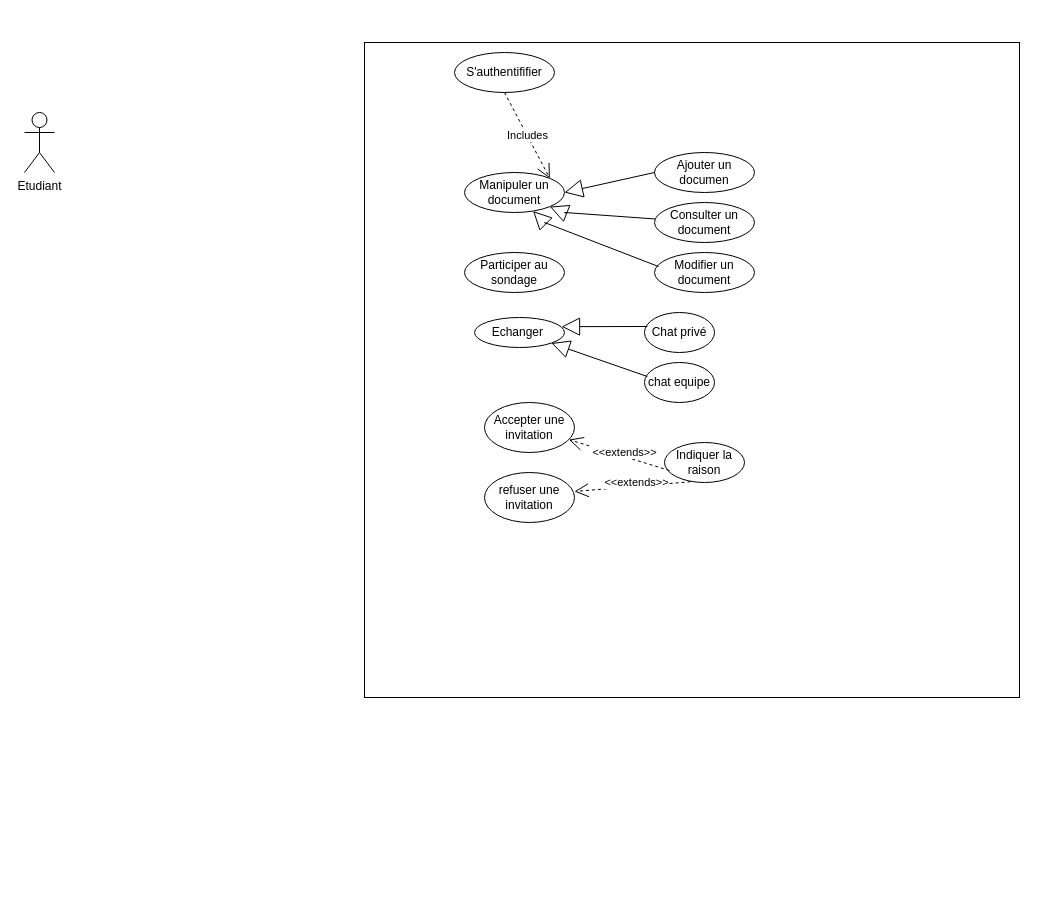
stormsidali2001/PFE_third_year_school_project_front keeps this draw.io diagram as diagrams/Untitled Diagram.drawio. Above is the earlier version. Source tidied: cells renumbered, new cells numbered last; positions are measured from the earlier drawing's top-left corner, leaving out a move shared by most shapes. Both pictures are drawn from the tidied source at 100%, with x=0, y=0 at pixel (24, 42).
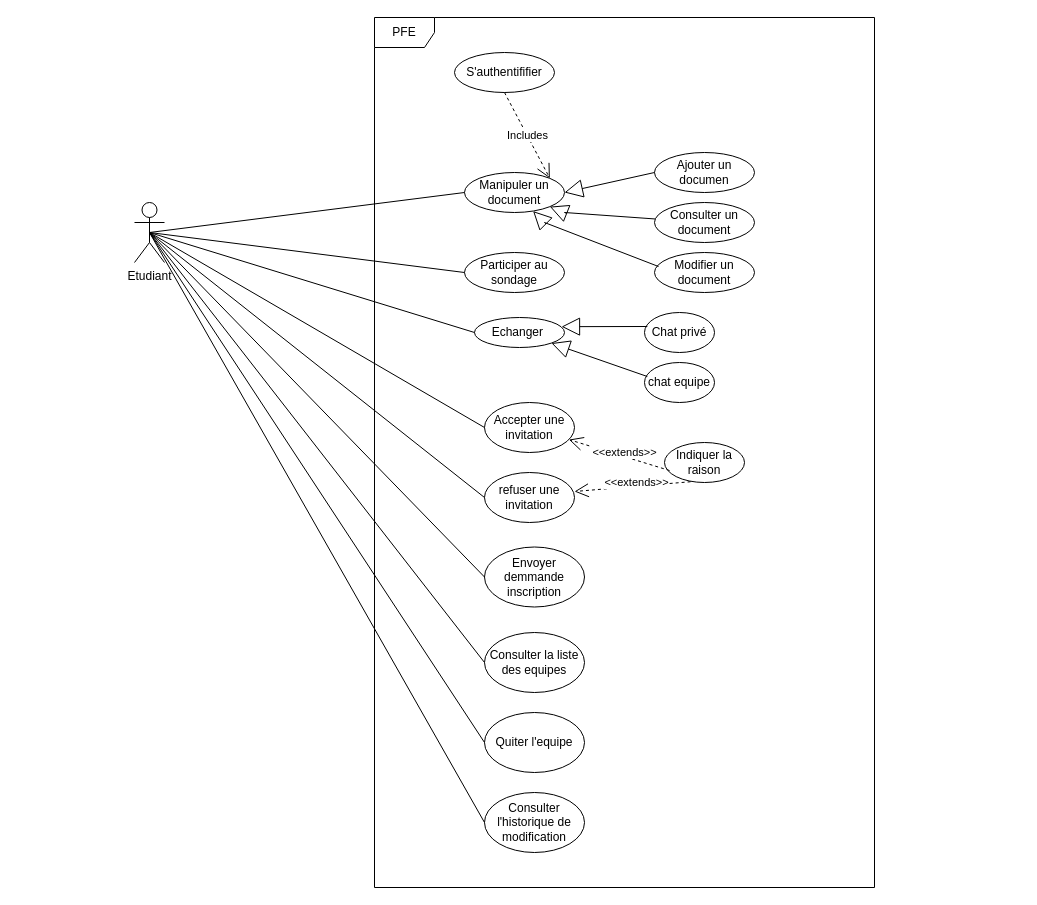
The same diagram, later.

The change refers to these unchanged cells:
```xml
<mxCell id="8" value="Manipuler un document" style="ellipse;whiteSpace=wrap;html=1;" parent="1" vertex="1">
  <mxGeometry x="440" y="130" width="100" height="40" as="geometry" />
</mxCell>
<mxCell id="13" value="Participer au sondage" style="ellipse;whiteSpace=wrap;html=1;" parent="1" vertex="1">
  <mxGeometry x="440" y="210" width="100" height="40" as="geometry" />
</mxCell>
<mxCell id="14" value="Echanger&amp;nbsp;" style="ellipse;whiteSpace=wrap;html=1;" parent="1" vertex="1">
  <mxGeometry x="450" y="275" width="90" height="30" as="geometry" />
</mxCell>
<mxCell id="19" value="Accepter une invitation" style="ellipse;whiteSpace=wrap;html=1;" parent="1" vertex="1">
  <mxGeometry x="460" y="360" width="90" height="50" as="geometry" />
</mxCell>
<mxCell id="20" value="refuser une invitation" style="ellipse;whiteSpace=wrap;html=1;" parent="1" vertex="1">
  <mxGeometry x="460" y="430" width="90" height="50" as="geometry" />
</mxCell>
```

What changed in the source:
```diff
@@
+    <mxCell id="24" value="PFE" style="shape=umlFrame;whiteSpace=wrap;html=1;" parent="1" vertex="1">
+      <mxGeometry x="350" y="-25" width="500" height="870" as="geometry" />
+    </mxCell>
     <mxCell id="2" value="Etudiant" style="shape=umlActor;verticalLabelPosition=bottom;verticalAlign=top;html=1;outlineConnect=0;" parent="1" vertex="1">
-      <mxGeometry y="70" width="30" height="60" as="geometry" />
+      <mxGeometry x="110" y="160" width="30" height="60" as="geometry" />
     </mxCell>
-    <mxCell id="3" style="whiteSpace=wrap;html=1;" parent="1" vertex="1">
-      <mxGeometry x="340" width="655" height="655" as="geometry" />
-    </mxCell>
@@
+    <mxCell id="25" value="Envoyer demmande&lt;br&gt;inscription" style="ellipse;whiteSpace=wrap;html=1;" parent="1" vertex="1">
+      <mxGeometry x="460" y="504.5" width="100" height="60" as="geometry" />
+    </mxCell>
+    <mxCell id="26" value="Consulter la liste des equipes" style="ellipse;whiteSpace=wrap;html=1;" parent="1" vertex="1">
+      <mxGeometry x="460" y="590" width="100" height="60" as="geometry" />
+    </mxCell>
+    <mxCell id="27" value="Quiter l'equipe" style="ellipse;whiteSpace=wrap;html=1;" parent="1" vertex="1">
+      <mxGeometry x="460" y="670" width="100" height="60" as="geometry" />
+    </mxCell>
+    <mxCell id="28" value="Consulter l'historique de modification" style="ellipse;whiteSpace=wrap;html=1;" parent="1" vertex="1">
+      <mxGeometry x="460" y="750" width="100" height="60" as="geometry" />
+    </mxCell>
+    <mxCell id="29" style="endArrow=none;html=1;rounded=0;entryX=0;entryY=0.5;entryDx=0;entryDy=0;exitX=0.5;exitY=0.5;exitDx=0;exitDy=0;exitPerimeter=0;" parent="1" edge="1" source="2" target="8">
+      <mxGeometry relative="1" as="geometry" />
+    </mxCell>
+    <mxCell id="30" style="endArrow=none;html=1;rounded=0;entryX=0.5;entryY=0.5;entryDx=0;entryDy=0;entryPerimeter=0;exitX=0;exitY=0.5;exitDx=0;exitDy=0;" parent="1" edge="1" source="13" target="2">
+      <mxGeometry relative="1" as="geometry" />
+    </mxCell>
+    <mxCell id="31" style="endArrow=none;html=1;rounded=0;exitX=0.5;exitY=0.5;exitDx=0;exitDy=0;exitPerimeter=0;entryX=0;entryY=0.5;entryDx=0;entryDy=0;" parent="1" edge="1" source="2" target="14">
+      <mxGeometry relative="1" as="geometry" />
+    </mxCell>
+    <mxCell id="32" style="endArrow=none;html=1;rounded=0;entryX=0;entryY=0.5;entryDx=0;entryDy=0;exitX=0.5;exitY=0.5;exitDx=0;exitDy=0;exitPerimeter=0;" parent="1" edge="1" source="2" target="19">
+      <mxGeometry relative="1" as="geometry" />
+    </mxCell>
+    <mxCell id="33" style="endArrow=none;html=1;rounded=0;exitX=0.5;exitY=0.5;exitDx=0;exitDy=0;exitPerimeter=0;entryX=0;entryY=0.5;entryDx=0;entryDy=0;" parent="1" edge="1" source="2" target="20">
+      <mxGeometry relative="1" as="geometry" />
+    </mxCell>
+    <mxCell id="34" style="endArrow=none;html=1;rounded=0;entryX=0.5;entryY=0.5;entryDx=0;entryDy=0;entryPerimeter=0;exitX=0;exitY=0.5;exitDx=0;exitDy=0;" parent="1" edge="1" source="25" target="2">
+      <mxGeometry relative="1" as="geometry" />
+    </mxCell>
+    <mxCell id="35" style="endArrow=none;html=1;rounded=0;entryX=0;entryY=0.5;entryDx=0;entryDy=0;exitX=0.5;exitY=0.5;exitDx=0;exitDy=0;exitPerimeter=0;" parent="1" edge="1" source="2" target="26">
+      <mxGeometry relative="1" as="geometry" />
+    </mxCell>
+    <mxCell id="36" style="endArrow=none;html=1;rounded=0;entryX=0.5;entryY=0.5;entryDx=0;entryDy=0;entryPerimeter=0;exitX=0;exitY=0.5;exitDx=0;exitDy=0;" parent="1" edge="1" source="27" target="2">
+      <mxGeometry relative="1" as="geometry" />
+    </mxCell>
+    <mxCell id="37" style="endArrow=none;html=1;rounded=0;exitX=0.5;exitY=0.5;exitDx=0;exitDy=0;exitPerimeter=0;entryX=0;entryY=0.5;entryDx=0;entryDy=0;" parent="1" edge="1" source="2" target="28">
+      <mxGeometry relative="1" as="geometry" />
+    </mxCell>
```
